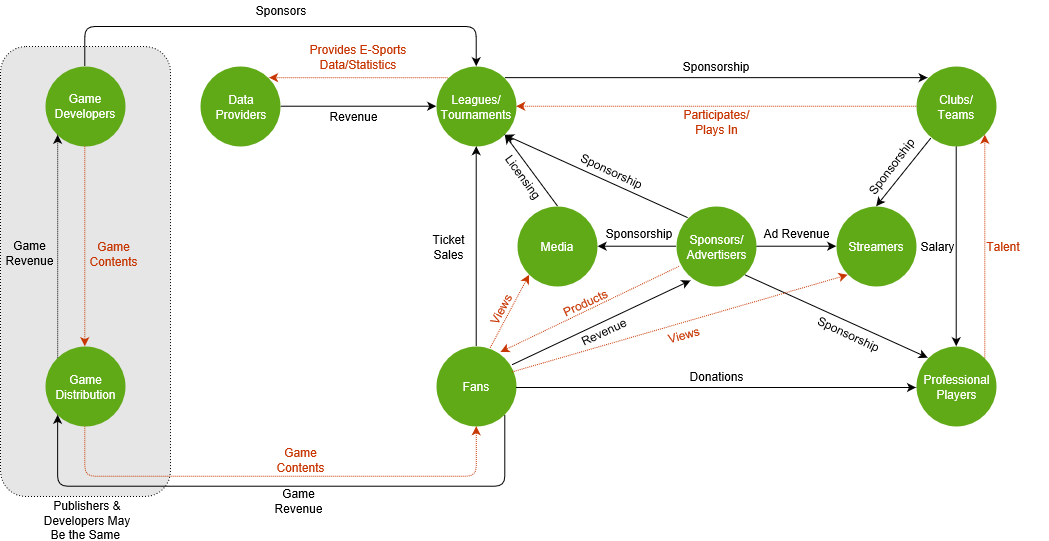
ryanpo/ryanpo.github.io keeps this draw.io diagram as Flow v2.png. Above is the earlier version. Source tidied: cells renumbered, new cells last; positions are measured from the earlier drawing's top-left corner, leaving out a move shared by most shapes.
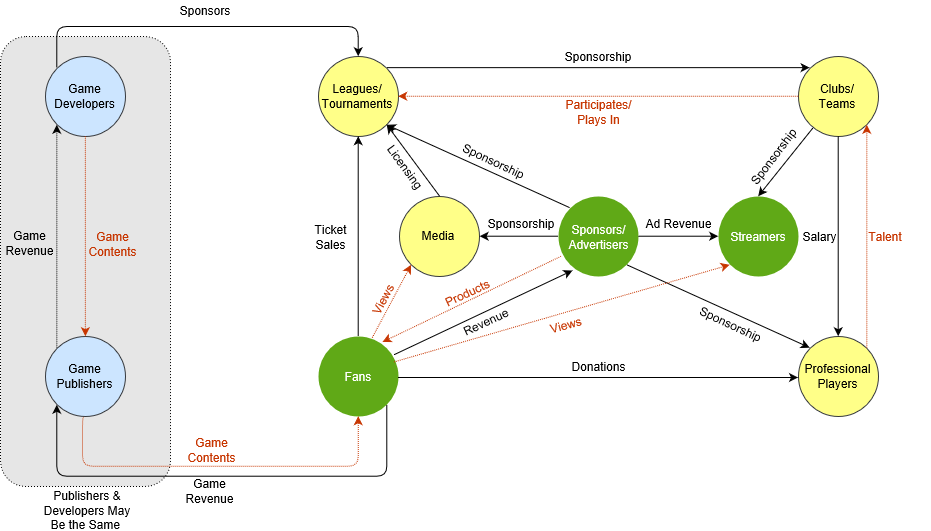
After the change.

Change to the diagram source:
```diff
@@ -3,42 +3,40 @@
     <mxCell id="0" />
     <mxCell id="1" parent="0" />
     <mxCell id="2" style="rounded=1;whiteSpace=wrap;html=1;dashed=1;dashPattern=1 2;fillColor=#E6E6E6;" parent="1" vertex="1">
-      <mxGeometry y="46" width="170" height="450" as="geometry" />
+      <mxGeometry x="118" y="46" width="170" height="450" as="geometry" />
     </mxCell>
     <mxCell id="3" value="&lt;div&gt;Sponsors/&lt;/div&gt;&lt;div&gt;Advertisers&lt;br&gt;&lt;/div&gt;" style="ellipse;whiteSpace=wrap;html=1;fillColor=#60a917;strokeColor=none;fontColor=#ffffff;" parent="1" vertex="1">
       <mxGeometry x="675.5" y="206" width="80" height="80" as="geometry" />
     </mxCell>
-    <mxCell id="4" value="&lt;div&gt;Clubs/&lt;/div&gt;&lt;div&gt;Teams&lt;br&gt;&lt;/div&gt;" style="ellipse;whiteSpace=wrap;html=1;fillColor=#60a917;strokeColor=none;fontColor=#ffffff;" parent="1" vertex="1">
+    <mxCell id="4" value="&lt;div&gt;Clubs/&lt;/div&gt;&lt;div&gt;Teams&lt;br&gt;&lt;/div&gt;" style="ellipse;whiteSpace=wrap;html=1;fillColor=#ffff88;strokeColor=#36393d;" parent="1" vertex="1">
       <mxGeometry x="915.5" y="66" width="80" height="80" as="geometry" />
     </mxCell>
     <mxCell id="5" value="Streamers&lt;br&gt;" style="ellipse;whiteSpace=wrap;html=1;fillColor=#60a917;strokeColor=none;fontColor=#ffffff;" parent="1" vertex="1">
       <mxGeometry x="835.5" y="206" width="80" height="80" as="geometry" />
     </mxCell>
-    <mxCell id="6" value="&lt;div&gt;Data&lt;/div&gt;&lt;div&gt;Providers&lt;/div&gt;" style="ellipse;whiteSpace=wrap;html=1;fillColor=#60a917;strokeColor=none;fontColor=#ffffff;" parent="1" vertex="1">
-      <mxGeometry x="200" y="66" width="80" height="80" as="geometry" />
-    </mxCell>
     <mxCell id="7" value="Fans" style="ellipse;whiteSpace=wrap;html=1;fillColor=#60a917;strokeColor=none;fontColor=#ffffff;" parent="1" vertex="1">
       <mxGeometry x="435.5" y="346" width="80" height="80" as="geometry" />
     </mxCell>
-    <mxCell id="8" value="&lt;div&gt;Leagues/&lt;/div&gt;&lt;div&gt;Tournaments&lt;br&gt;&lt;/div&gt;" style="ellipse;whiteSpace=wrap;html=1;fillColor=#60a917;strokeColor=none;fontColor=#ffffff;" parent="1" vertex="1">
+    <mxCell id="8" value="&lt;div&gt;Leagues/&lt;/div&gt;&lt;div&gt;Tournaments&lt;br&gt;&lt;/div&gt;" style="ellipse;whiteSpace=wrap;html=1;fillColor=#ffff88;strokeColor=#36393d;" parent="1" vertex="1">
       <mxGeometry x="435.5" y="66" width="80" height="80" as="geometry" />
     </mxCell>
-    <mxCell id="9" value="&lt;div&gt;Professional&lt;/div&gt;&lt;div&gt;Players&lt;br&gt;&lt;/div&gt;" style="ellipse;whiteSpace=wrap;html=1;fillColor=#60a917;strokeColor=none;fontColor=#ffffff;" parent="1" vertex="1">
+    <mxCell id="9" value="&lt;div&gt;Professional&lt;/div&gt;&lt;div&gt;Players&lt;br&gt;&lt;/div&gt;" style="ellipse;whiteSpace=wrap;html=1;fillColor=#ffff88;strokeColor=#36393d;" parent="1" vertex="1">
       <mxGeometry x="915.5" y="346" width="80" height="80" as="geometry" />
     </mxCell>
-    <mxCell id="10" value="&lt;div&gt;Media&lt;br&gt;&lt;/div&gt;" style="ellipse;whiteSpace=wrap;html=1;fillColor=#60a917;strokeColor=none;fontColor=#ffffff;" parent="1" vertex="1">
+    <mxCell id="10" value="&lt;div&gt;Media&lt;br&gt;&lt;/div&gt;" style="ellipse;whiteSpace=wrap;html=1;fillColor=#ffff88;strokeColor=#36393d;" parent="1" vertex="1">
       <mxGeometry x="516.5" y="206" width="80" height="80" as="geometry" />
     </mxCell>
     <mxCell id="11" style="edgeStyle=orthogonalEdgeStyle;rounded=1;jettySize=auto;html=1;exitX=0.5;exitY=1;exitDx=0;exitDy=0;entryX=0.5;entryY=1;entryDx=0;entryDy=0;dashed=1;dashPattern=1 1;fillColor=#fa6800;strokeColor=#C73500;" parent="1" edge="1" source="12" target="7">
       <mxGeometry relative="1" as="geometry">
         <Array as="points">
-          <mxPoint x="85" y="476" />
+          <mxPoint x="200" y="426" />
+          <mxPoint x="200" y="476" />
           <mxPoint x="476" y="476" />
         </Array>
       </mxGeometry>
     </mxCell>
-    <mxCell id="12" value="&lt;div&gt;Game&lt;/div&gt;&lt;div&gt;Distribution&lt;br&gt;&lt;/div&gt;" style="ellipse;whiteSpace=wrap;html=1;fillColor=#60a917;strokeColor=none;fontColor=#ffffff;" parent="1" vertex="1">
-      <mxGeometry x="45" y="346" width="80" height="80" as="geometry" />
+    <mxCell id="12" value="&lt;div&gt;Game&lt;/div&gt;&lt;div&gt;Publishers&lt;br&gt;&lt;/div&gt;" style="ellipse;whiteSpace=wrap;html=1;fillColor=#cce5ff;strokeColor=#36393d;" parent="1" vertex="1">
+      <mxGeometry x="163" y="346" width="80" height="80" as="geometry" />
     </mxCell>
     <mxCell id="13" style="endArrow=classic;html=1;entryX=0;entryY=0;entryDx=0;entryDy=0;exitX=1;exitY=1;exitDx=0;exitDy=0;" parent="1" edge="1" source="3" target="9">
       <mxGeometry relative="1" as="geometry" />
@@ -91,18 +89,12 @@
     <mxCell id="28" style="endArrow=classic;html=1;exitX=0.5;exitY=1;exitDx=0;exitDy=0;entryX=0.5;entryY=0;entryDx=0;entryDy=0;" parent="1" edge="1" source="4" target="9">
       <mxGeometry relative="1" as="geometry" />
     </mxCell>
-    <mxCell id="29" style="endArrow=classic;html=1;entryX=1;entryY=0;entryDx=0;entryDy=0;fillColor=#fa6800;strokeColor=#C73500;rounded=1;dashed=1;dashPattern=1 1;exitX=0;exitY=0;exitDx=0;exitDy=0;" parent="1" edge="1" source="8" target="6">
-      <mxGeometry relative="1" as="geometry" />
-    </mxCell>
     <mxCell id="30" style="endArrow=classic;html=1;exitX=0.942;exitY=0.225;exitDx=0;exitDy=0;entryX=0.185;entryY=0.925;entryDx=0;entryDy=0;entryPerimeter=0;exitPerimeter=0;" parent="1" edge="1" source="7" target="3">
       <mxGeometry relative="1" as="geometry" />
     </mxCell>
     <mxCell id="31" style="endArrow=classic;html=1;dashed=1;dashPattern=1 1;fillColor=#fa6800;strokeColor=#C73500;exitX=0.042;exitY=0.746;exitDx=0;exitDy=0;entryX=0.806;entryY=0.061;entryDx=0;entryDy=0;exitPerimeter=0;entryPerimeter=0;" parent="1" edge="1" source="3" target="7">
       <mxGeometry relative="1" as="geometry" />
     </mxCell>
-    <mxCell id="32" style="endArrow=classic;html=1;entryX=0;entryY=0.5;entryDx=0;entryDy=0;exitX=1;exitY=0.5;exitDx=0;exitDy=0;" parent="1" edge="1" source="6" target="8">
-      <mxGeometry relative="1" as="geometry" />
-    </mxCell>
     <mxCell id="33" style="endArrow=classic;html=1;dashed=1;dashPattern=1 1;exitX=0.956;exitY=0.325;exitDx=0;exitDy=0;exitPerimeter=0;entryX=0;entryY=1;entryDx=0;entryDy=0;fillColor=#fa6800;strokeColor=#C73500;" parent="1" edge="1" source="7" target="5">
       <mxGeometry relative="1" as="geometry" />
     </mxCell>
@@ -111,15 +103,15 @@
         <mxPoint x="489.7" y="347.1" as="sourcePoint" />
       </mxGeometry>
     </mxCell>
-    <mxCell id="35" style="edgeStyle=elbowEdgeStyle;rounded=1;jettySize=auto;elbow=vertical;html=1;exitX=0.5;exitY=0;exitDx=0;exitDy=0;entryX=0.5;entryY=0;entryDx=0;entryDy=0;strokeColor=#000000;" parent="1" edge="1" source="36" target="8">
+    <mxCell id="35" style="edgeStyle=elbowEdgeStyle;rounded=1;jettySize=auto;elbow=vertical;html=1;entryX=0.5;entryY=0;entryDx=0;entryDy=0;strokeColor=#000000;exitX=0;exitY=0;exitDx=0;exitDy=0;" parent="1" edge="1" source="36" target="8">
       <mxGeometry relative="1" as="geometry">
         <Array as="points">
-          <mxPoint x="280" y="26" />
+          <mxPoint x="320" y="36" />
         </Array>
       </mxGeometry>
     </mxCell>
-    <mxCell id="36" value="&lt;div&gt;Game Developers&lt;br&gt;&lt;/div&gt;" style="ellipse;whiteSpace=wrap;html=1;fillColor=#60a917;strokeColor=none;fontColor=#ffffff;" parent="1" vertex="1">
-      <mxGeometry x="45" y="65.8" width="80" height="80" as="geometry" />
+    <mxCell id="36" value="&lt;div&gt;Game Developers&lt;br&gt;&lt;/div&gt;" style="ellipse;whiteSpace=wrap;html=1;fillColor=#cce5ff;strokeColor=#36393d;" parent="1" vertex="1">
+      <mxGeometry x="163" y="65.8" width="80" height="80" as="geometry" />
     </mxCell>
     <mxCell id="37" style="endArrow=classic;html=1;exitX=1;exitY=0;exitDx=0;exitDy=0;entryX=0;entryY=0;entryDx=0;entryDy=0;" parent="1" edge="1" source="8" target="4">
       <mxGeometry relative="1" as="geometry" />
@@ -134,7 +126,7 @@
       <mxGeometry relative="1" as="geometry" />
     </mxCell>
     <mxCell id="41" value="&lt;div&gt;Publishers &amp;amp; Developers May&lt;/div&gt;&lt;div&gt;Be the Same&amp;nbsp;&lt;/div&gt;" style="text;html=1;strokeColor=none;fillColor=none;align=center;verticalAlign=middle;whiteSpace=wrap;rounded=0;dashed=1;dashPattern=1 2;" parent="1" vertex="1">
-      <mxGeometry x="37" y="509" width="100" height="20" as="geometry" />
+      <mxGeometry x="155" y="509" width="100" height="20" as="geometry" />
     </mxCell>
     <mxCell id="42" value="&lt;div&gt;&lt;font color=&quot;#c73500&quot;&gt;Views&lt;/font&gt;&lt;br&gt;&lt;/div&gt;" style="text;html=1;strokeColor=none;fillColor=none;align=center;verticalAlign=middle;whiteSpace=wrap;rounded=0;rotation=-62;" parent="1" vertex="1">
       <mxGeometry x="479" y="302" width="41" height="14" as="geometry" />
@@ -151,23 +143,17 @@
     <mxCell id="46" value="Sponsorship&lt;br&gt;" style="text;html=1;strokeColor=none;fillColor=none;align=center;verticalAlign=middle;whiteSpace=wrap;rounded=0;" parent="1" vertex="1">
       <mxGeometry x="675.5" y="56" width="80" height="20" as="geometry" />
     </mxCell>
-    <mxCell id="47" value="&lt;div&gt;&lt;font color=&quot;#c73500&quot;&gt;Provides E-Sports Data/Statistics&lt;/font&gt;&lt;br&gt;&lt;/div&gt;" style="text;html=1;strokeColor=none;fillColor=none;align=center;verticalAlign=middle;whiteSpace=wrap;rounded=0;rotation=0;" parent="1" vertex="1">
-      <mxGeometry x="306.5" y="46" width="102" height="20" as="geometry" />
-    </mxCell>
-    <mxCell id="48" value="&lt;div&gt;Revenue&lt;br&gt;&lt;/div&gt;" style="text;html=1;strokeColor=none;fillColor=none;align=center;verticalAlign=middle;whiteSpace=wrap;rounded=0;rotation=0;" parent="1" vertex="1">
-      <mxGeometry x="307.5" y="106" width="90" height="20" as="geometry" />
-    </mxCell>
     <mxCell id="49" value="&lt;div&gt;&lt;font color=&quot;#c73500&quot;&gt;Game Contents&lt;/font&gt;&lt;br&gt;&lt;/div&gt;" style="text;html=1;strokeColor=none;fillColor=none;align=center;verticalAlign=middle;whiteSpace=wrap;rounded=0;rotation=0;" parent="1" vertex="1">
-      <mxGeometry x="270.5" y="443.5" width="59" height="31" as="geometry" />
+      <mxGeometry x="300" y="443.5" width="59" height="31" as="geometry" />
     </mxCell>
     <mxCell id="50" value="&lt;div&gt;Game&lt;/div&gt;&lt;div&gt;Revenue&lt;br&gt;&lt;/div&gt;" style="text;html=1;strokeColor=none;fillColor=none;align=center;verticalAlign=middle;whiteSpace=wrap;rounded=0;rotation=0;" parent="1" vertex="1">
-      <mxGeometry x="274" y="490" width="48" height="20" as="geometry" />
+      <mxGeometry x="303" y="490" width="48" height="20" as="geometry" />
     </mxCell>
     <mxCell id="51" value="&lt;div&gt;Game&lt;/div&gt;&lt;div&gt;Revenue&lt;br&gt;&lt;/div&gt;" style="text;html=1;strokeColor=none;fillColor=none;align=center;verticalAlign=middle;whiteSpace=wrap;rounded=0;rotation=0;" parent="1" vertex="1">
-      <mxGeometry x="5" y="243" width="48" height="20" as="geometry" />
+      <mxGeometry x="123" y="243" width="48" height="20" as="geometry" />
     </mxCell>
     <mxCell id="52" value="&lt;div&gt;&lt;font color=&quot;#c73500&quot;&gt;Game Contents&lt;/font&gt;&lt;br&gt;&lt;/div&gt;" style="text;html=1;strokeColor=none;fillColor=none;align=center;verticalAlign=middle;whiteSpace=wrap;rounded=0;rotation=0;" parent="1" vertex="1">
-      <mxGeometry x="90" y="237.5" width="46" height="31" as="geometry" />
+      <mxGeometry x="208" y="237.5" width="46" height="31" as="geometry" />
     </mxCell>
     <mxCell id="53" value="&lt;div&gt;&lt;font color=&quot;#c73500&quot;&gt;Views&lt;/font&gt;&lt;br&gt;&lt;/div&gt;" style="text;html=1;strokeColor=none;fillColor=none;align=center;verticalAlign=middle;whiteSpace=wrap;rounded=0;rotation=-15;" parent="1" vertex="1">
       <mxGeometry x="663" y="323.5" width="41" height="20" as="geometry" />
@@ -182,12 +168,12 @@
       <mxGeometry relative="1" as="geometry">
         <Array as="points">
           <mxPoint x="504" y="486" />
-          <mxPoint x="57" y="486" />
+          <mxPoint x="174" y="486" />
         </Array>
       </mxGeometry>
     </mxCell>
     <mxCell id="57" value="&lt;div&gt;Sponsors&lt;br&gt;&lt;/div&gt;" style="text;html=1;strokeColor=none;fillColor=none;align=center;verticalAlign=middle;whiteSpace=wrap;rounded=0;rotation=0;" parent="1" vertex="1">
-      <mxGeometry x="256" width="48" height="20" as="geometry" />
+      <mxGeometry x="298" y="10" width="48" height="20" as="geometry" />
     </mxCell>
     <mxCell id="58" style="endArrow=classic;html=1;dashed=1;dashPattern=1 1;fillColor=#fa6800;strokeColor=#C73500;exitX=1;exitY=0;exitDx=0;exitDy=0;entryX=1;entryY=1;entryDx=0;entryDy=0;" parent="1" edge="1" source="9" target="4">
       <mxGeometry relative="1" as="geometry" />
```
